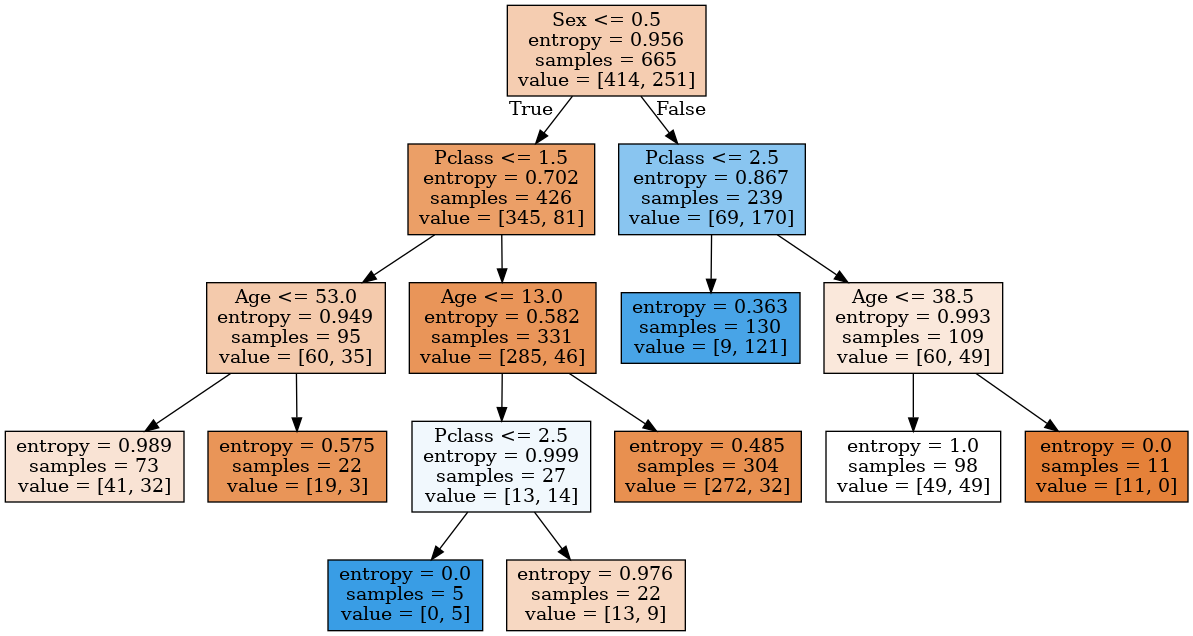
This is datanerd.hateblo.jp/2020/04/30/tree/model4.png from sugiyamath/self_kaggling, a Graphviz export, as it was before one commit. Its source is kept beside it as datanerd.hateblo.jp/2020/04/30/tree/model4.dot. Its diagram source:
```dot
digraph Tree {
node [shape=box, style="filled", color="black"] ;
0 [label="Sex <= 0.5\nentropy = 0.956\nsamples = 665\nvalue = [414, 251]", fillcolor="#f5cdb1"] ;
1 [label="Pclass <= 1.5\nentropy = 0.702\nsamples = 426\nvalue = [345, 81]", fillcolor="#eb9f67"] ;
0 -> 1 [labeldistance=2.5, labelangle=45, headlabel="True"] ;
5 [label="Age <= 53.0\nentropy = 0.949\nsamples = 95\nvalue = [60, 35]", fillcolor="#f4caac"] ;
1 -> 5 ;
13 [label="entropy = 0.989\nsamples = 73\nvalue = [41, 32]", fillcolor="#f9e3d4"] ;
5 -> 13 ;
14 [label="entropy = 0.575\nsamples = 22\nvalue = [19, 3]", fillcolor="#e99558"] ;
5 -> 14 ;
6 [label="Age <= 13.0\nentropy = 0.582\nsamples = 331\nvalue = [285, 46]", fillcolor="#e99559"] ;
1 -> 6 ;
7 [label="Pclass <= 2.5\nentropy = 0.999\nsamples = 27\nvalue = [13, 14]", fillcolor="#f1f8fd"] ;
6 -> 7 ;
11 [label="entropy = 0.0\nsamples = 5\nvalue = [0, 5]", fillcolor="#399de5"] ;
7 -> 11 ;
12 [label="entropy = 0.976\nsamples = 22\nvalue = [13, 9]", fillcolor="#f7d8c2"] ;
7 -> 12 ;
8 [label="entropy = 0.485\nsamples = 304\nvalue = [272, 32]", fillcolor="#e89050"] ;
6 -> 8 ;
2 [label="Pclass <= 2.5\nentropy = 0.867\nsamples = 239\nvalue = [69, 170]", fillcolor="#89c5f0"] ;
0 -> 2 [labeldistance=2.5, labelangle=-45, headlabel="False"] ;
3 [label="entropy = 0.363\nsamples = 130\nvalue = [9, 121]", fillcolor="#48a4e7"] ;
2 -> 3 ;
4 [label="Age <= 38.5\nentropy = 0.993\nsamples = 109\nvalue = [60, 49]", fillcolor="#fae8db"] ;
2 -> 4 ;
9 [label="entropy = 1.0\nsamples = 98\nvalue = [49, 49]", fillcolor="#ffffff"] ;
4 -> 9 ;
10 [label="entropy = 0.0\nsamples = 11\nvalue = [11, 0]", fillcolor="#e58139"] ;
4 -> 10 ;
}
```
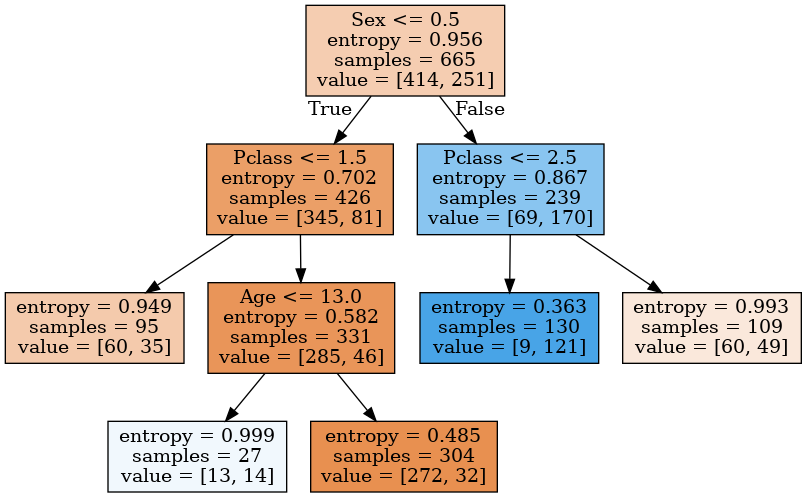
Later version of the same file.

Diff of the diagram source:
```diff
@@ -3,30 +3,18 @@
 0 [label="Sex <= 0.5\nentropy = 0.956\nsamples = 665\nvalue = [414, 251]", fillcolor="#f5cdb1"] ;
 1 [label="Pclass <= 1.5\nentropy = 0.702\nsamples = 426\nvalue = [345, 81]", fillcolor="#eb9f67"] ;
 0 -> 1 [labeldistance=2.5, labelangle=45, headlabel="True"] ;
-5 [label="Age <= 53.0\nentropy = 0.949\nsamples = 95\nvalue = [60, 35]", fillcolor="#f4caac"] ;
+5 [label="entropy = 0.949\nsamples = 95\nvalue = [60, 35]", fillcolor="#f4caac"] ;
 1 -> 5 ;
-13 [label="entropy = 0.989\nsamples = 73\nvalue = [41, 32]", fillcolor="#f9e3d4"] ;
-5 -> 13 ;
-14 [label="entropy = 0.575\nsamples = 22\nvalue = [19, 3]", fillcolor="#e99558"] ;
-5 -> 14 ;
 6 [label="Age <= 13.0\nentropy = 0.582\nsamples = 331\nvalue = [285, 46]", fillcolor="#e99559"] ;
 1 -> 6 ;
-7 [label="Pclass <= 2.5\nentropy = 0.999\nsamples = 27\nvalue = [13, 14]", fillcolor="#f1f8fd"] ;
+7 [label="entropy = 0.999\nsamples = 27\nvalue = [13, 14]", fillcolor="#f1f8fd"] ;
 6 -> 7 ;
-11 [label="entropy = 0.0\nsamples = 5\nvalue = [0, 5]", fillcolor="#399de5"] ;
-7 -> 11 ;
-12 [label="entropy = 0.976\nsamples = 22\nvalue = [13, 9]", fillcolor="#f7d8c2"] ;
-7 -> 12 ;
 8 [label="entropy = 0.485\nsamples = 304\nvalue = [272, 32]", fillcolor="#e89050"] ;
 6 -> 8 ;
 2 [label="Pclass <= 2.5\nentropy = 0.867\nsamples = 239\nvalue = [69, 170]", fillcolor="#89c5f0"] ;
 0 -> 2 [labeldistance=2.5, labelangle=-45, headlabel="False"] ;
 3 [label="entropy = 0.363\nsamples = 130\nvalue = [9, 121]", fillcolor="#48a4e7"] ;
 2 -> 3 ;
-4 [label="Age <= 38.5\nentropy = 0.993\nsamples = 109\nvalue = [60, 49]", fillcolor="#fae8db"] ;
+4 [label="entropy = 0.993\nsamples = 109\nvalue = [60, 49]", fillcolor="#fae8db"] ;
 2 -> 4 ;
-9 [label="entropy = 1.0\nsamples = 98\nvalue = [49, 49]", fillcolor="#ffffff"] ;
-4 -> 9 ;
-10 [label="entropy = 0.0\nsamples = 11\nvalue = [11, 0]", fillcolor="#e58139"] ;
-4 -> 10 ;
 }
```
